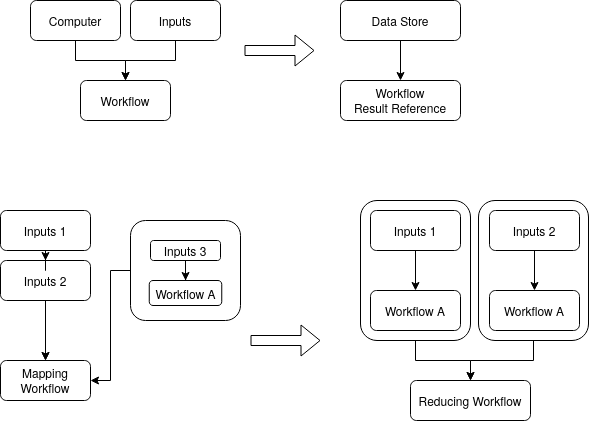
This is Workflow-Operations.png from cdcihub/oda-runners, a draw.io export, as it was before one commit. Source tidied: cells renumbered, new cells last; positions are measured from the earlier drawing's top-left corner, leaving out a move shared by most shapes.
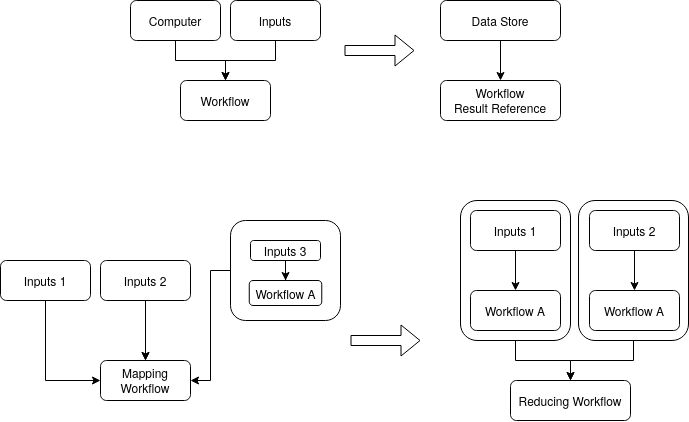
The same file after the commit.

Diff of the diagram source:
```diff
@@ -86,11 +86,11 @@
     <mxCell id="27" value="Workflow A" style="whiteSpace=wrap;html=1;rounded=1;" parent="1" vertex="1">
       <mxGeometry x="148.8" y="280" width="72.5" height="25" as="geometry" />
     </mxCell>
-    <mxCell id="28" style="edgeStyle=orthogonalEdgeStyle;rounded=0;jettySize=auto;html=1;" parent="1" edge="1" source="29" target="20">
-      <mxGeometry relative="1" as="geometry" />
-    </mxCell>
+    <mxCell id="34" style="edgeStyle=orthogonalEdgeStyle;rounded=0;jettySize=auto;html=1;exitX=0.5;exitY=1;exitDx=0;exitDy=0;entryX=0;entryY=0.5;entryDx=0;entryDy=0;" parent="1" edge="1" source="29" target="15">
+      <mxGeometry relative="1" as="geometry" />
+    </mxCell>
     <mxCell id="29" value="Inputs 1" style="rounded=1;whiteSpace=wrap;html=1;" parent="1" vertex="1">
-      <mxGeometry y="210" width="90" height="40" as="geometry" />
+      <mxGeometry x="-100" y="260" width="90" height="40" as="geometry" />
     </mxCell>
     <mxCell id="30" value="Workflow A" style="rounded=1;whiteSpace=wrap;html=1;" parent="1" vertex="1">
       <mxGeometry x="489" y="290" width="90" height="40" as="geometry" />
```
